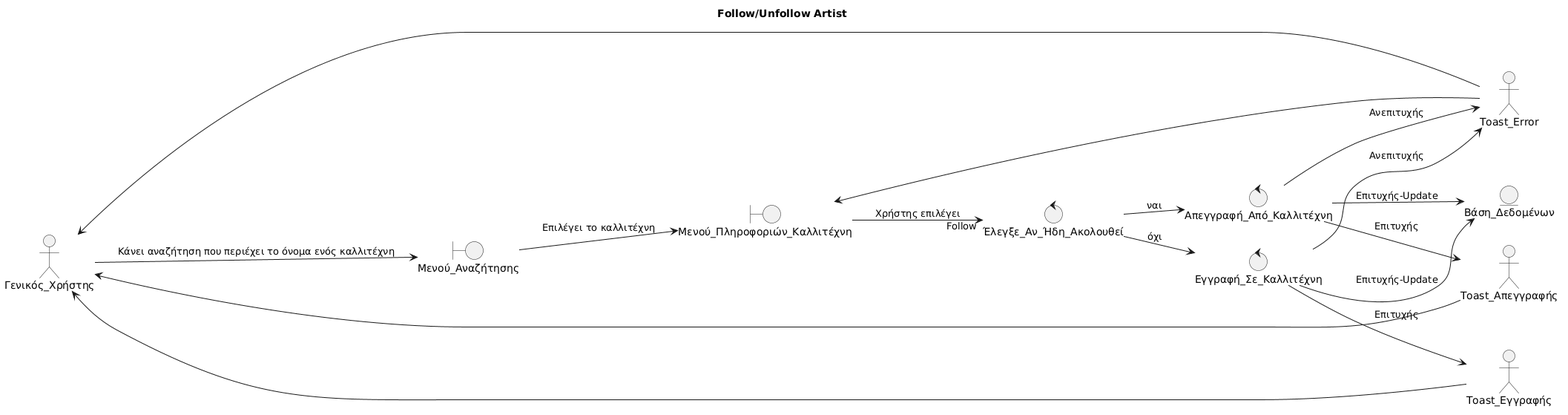
Above: Paradoteo_3/RobustnessDiagrams/FollowUnfollowArtist.png in RubenKingCP/Namify (PlantUML), before the change.
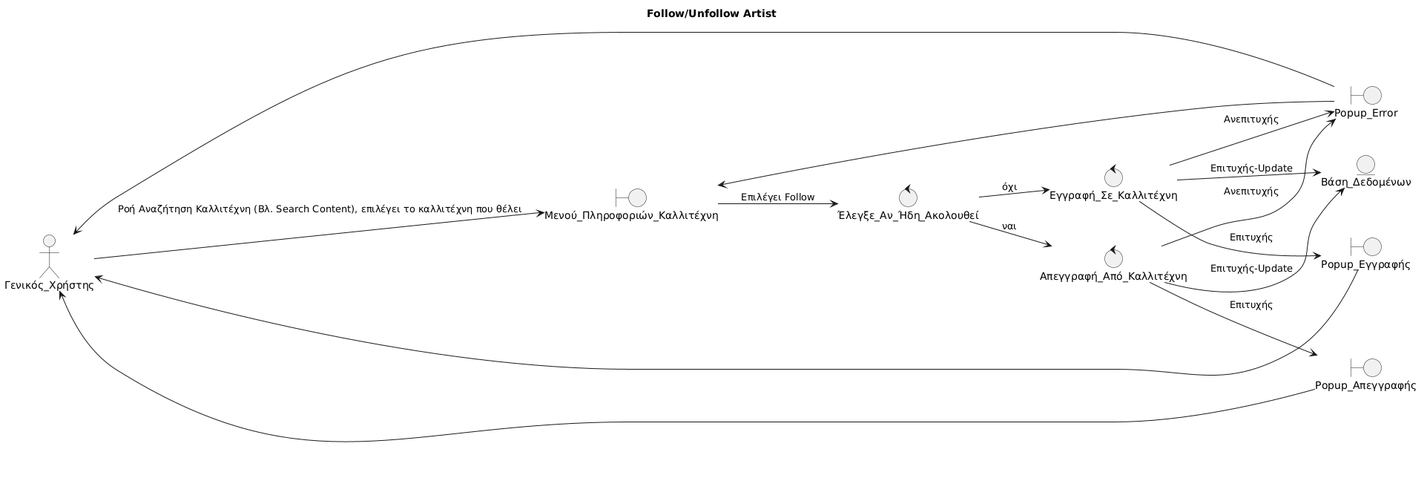
The same file after the commit.

Commit message:
FollowUnfollowArtist Finalised, Added Search Content+DownloadSongs

Change to the diagram source:
```diff
@@ -10,8 +10,10 @@
 actor Γενικός_Χρήστης
 
 
-boundary Μενού_Αναζήτησης
 boundary Μενού_Πληροφοριών_Καλλιτέχνη
+boundary Popup_Error
+boundary Popup_Απεγγραφής
+boundary Popup_Εγγραφής
 
 
 control Έλεγξε_Αν_Ήδη_Ακολουθεί
@@ -22,19 +24,18 @@
 entity Βάση_Δεδομένων
 
 
-Γενικός_Χρήστης --> Μενού_Αναζήτησης: Κάνει αναζήτηση που περιέχει το όνομα ενός καλλιτέχνη
-Μενού_Αναζήτησης --> Μενού_Πληροφοριών_Καλλιτέχνη : Επιλέγει το καλλιτέχνη
-Μενού_Πληροφοριών_Καλλιτέχνη --> Έλεγξε_Αν_Ήδη_Ακολουθεί : Χρήστης επιλέγει "Follow"
+Γενικός_Χρήστης --> Μενού_Πληροφοριών_Καλλιτέχνη: Ροή Αναζήτηση Καλλιτέχνη (Βλ. Search Content), επιλέγει το καλλιτέχνη που θέλει
+Μενού_Πληροφοριών_Καλλιτέχνη --> Έλεγξε_Αν_Ήδη_Ακολουθεί : Επιλέγει Follow
 Έλεγξε_Αν_Ήδη_Ακολουθεί --> Απεγγραφή_Από_Καλλιτέχνη : ναι
 Έλεγξε_Αν_Ήδη_Ακολουθεί --> Εγγραφή_Σε_Καλλιτέχνη : όχι
 Απεγγραφή_Από_Καλλιτέχνη --> Βάση_Δεδομένων : Επιτυχής-Update
 Εγγραφή_Σε_Καλλιτέχνη --> Βάση_Δεδομένων : Επιτυχής-Update
-Εγγραφή_Σε_Καλλιτέχνη --> Toast_Εγγραφής : Επιτυχής
-Απεγγραφή_Από_Καλλιτέχνη --> Toast_Απεγγραφής : Επιτυχής
-Εγγραφή_Σε_Καλλιτέχνη --> Toast_Error : Ανεπιτυχής
-Απεγγραφή_Από_Καλλιτέχνη --> Toast_Error : Ανεπιτυχής
-Toast_Error --> Γενικός_Χρήστης
-Toast_Error --> Μενού_Πληροφοριών_Καλλιτέχνη
-Toast_Απεγγραφής --> Γενικός_Χρήστης
-Toast_Εγγραφής --> Γενικός_Χρήστης
+Εγγραφή_Σε_Καλλιτέχνη --> Popup_Εγγραφής : Επιτυχής
+Απεγγραφή_Από_Καλλιτέχνη --> Popup_Απεγγραφής : Επιτυχής
+Εγγραφή_Σε_Καλλιτέχνη --> Popup_Error : Ανεπιτυχής
+Απεγγραφή_Από_Καλλιτέχνη --> Popup_Error : Ανεπιτυχής
+Popup_Error --> Γενικός_Χρήστης
+Popup_Error --> Μενού_Πληροφοριών_Καλλιτέχνη
+Popup_Απεγγραφής --> Γενικός_Χρήστης
+Popup_Εγγραφής --> Γενικός_Χρήστης
 @enduml
```
